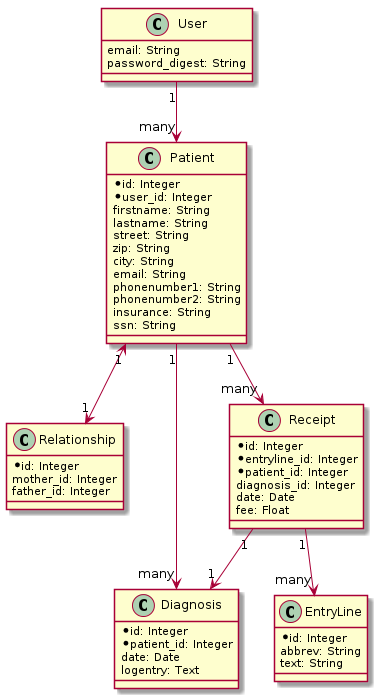
Before: doc/sippma_er.png, a diagram exported from PlantUML (tosmi/sippma).
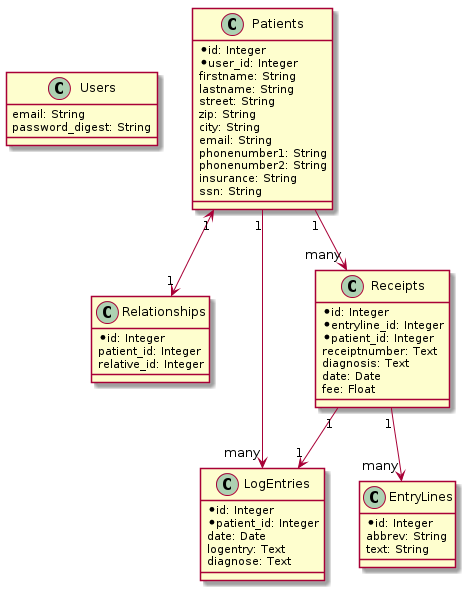
Later version of the same file.

The edit, as a diff of the source:
```diff
@@ -1,10 +1,10 @@
 @startuml
-class User {
+class Users {
       email: String
       password_digest: String
 }
 
-class Patient {
+class Patients {
       *id: Integer
       *user_id: Integer
       firstname: String
@@ -19,39 +19,40 @@
       ssn: String
 }
 
-class Relationship {
+class Relationships {
       *id: Integer
-      mother_id: Integer
-      father_id: Integer
+      patient_id: Integer
+      relative_id: Integer
 }
 
-class Diagnosis {
+class LogEntries {
       *id: Integer
       *patient_id: Integer
       date: Date
       logentry: Text
+      diagnose: Text
 }
 
-class Receipt {
+class Receipts {
       *id: Integer
       *entryline_id: Integer
       *patient_id: Integer
-      diagnosis_id: Integer
+      receiptnumber: Text
+      diagnosis: Text
       date: Date
       fee: Float
 }
 
-class EntryLine {
+class EntryLines {
       *id: Integer
       abbrev: String
       text: String
 }
 
-User    "1" --> "many" Patient
-Patient "1" <--> "1" Relationship
-Patient "1" --> "many" Diagnosis
-Patient "1" --> "many" Receipt
-Receipt "1" --> "1" Diagnosis
-Receipt "1" --> "many" EntryLine
+Patients "1" <--> "1" Relationships
+Patients "1" --> "many" LogEntries
+Patients "1" --> "many" Receipts
+Receipts "1" --> "1" LogEntries
+Receipts "1" --> "many" EntryLines
 
 @enduml
```
